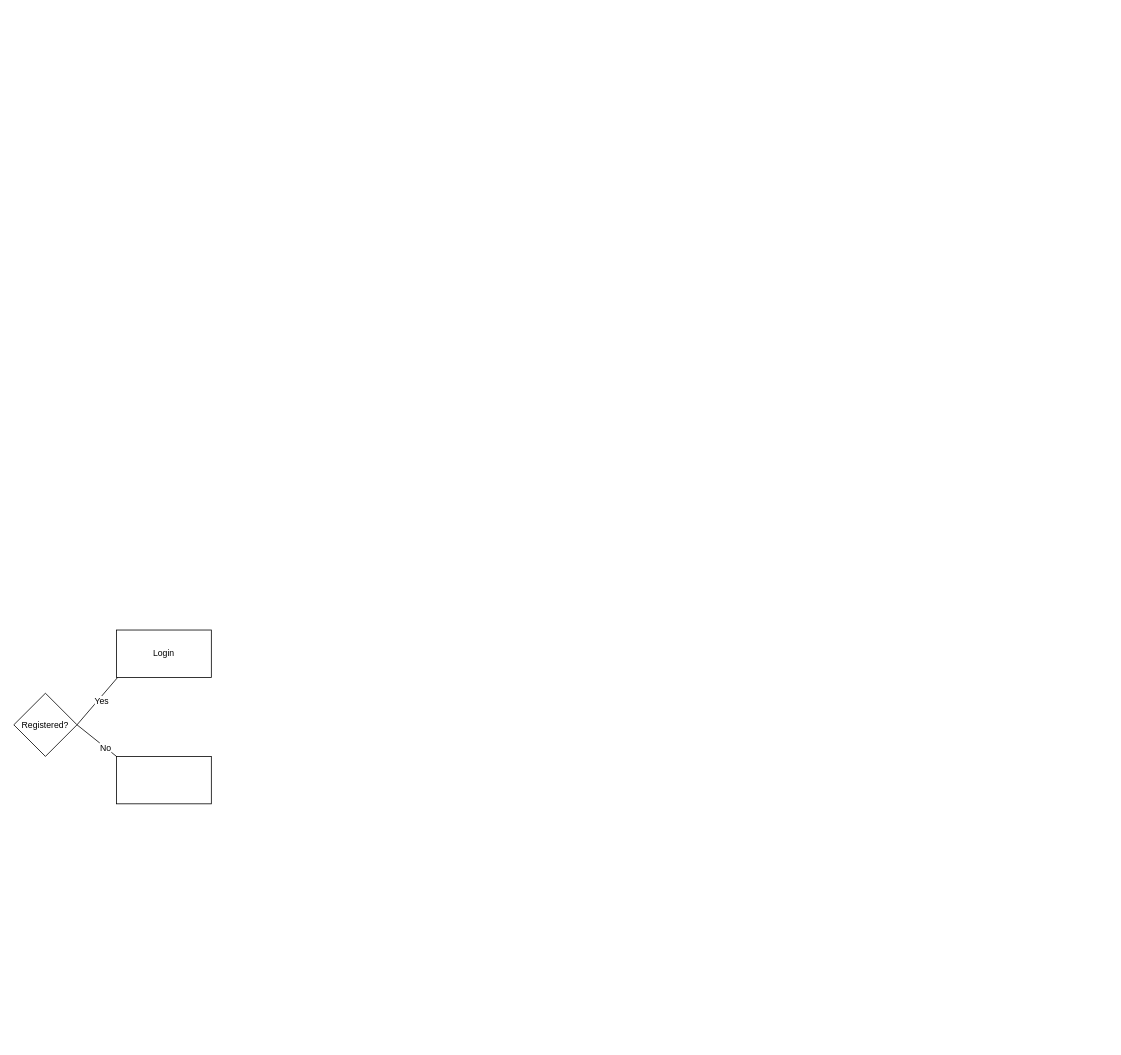
tp12356twNccu/Database_NCCU keeps this draw.io diagram as page "第 2 页" (2 of 2) of finalProjectERD.drawio. Above is the earlier version. Source tidied: cells renumbered, new cells numbered last; positions are measured from the earlier drawing's top-left corner, leaving out a move shared by most shapes. Both pictures are drawn from the tidied source at 79%, with x=0, y=0 at pixel (13, 630).
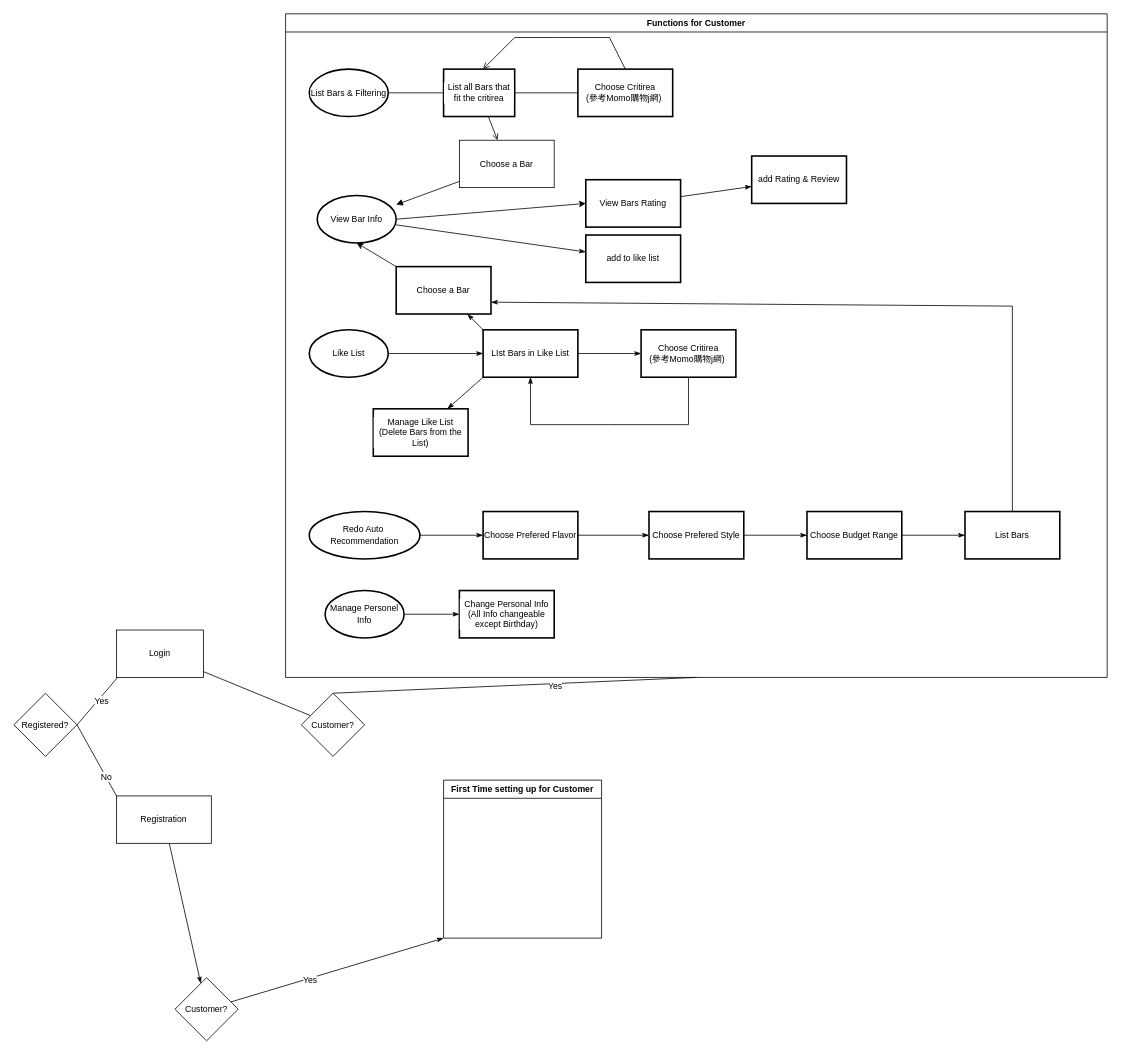
After the change.

Unchanged cells that the change refers to:
```xml
<mxCell id="4" value="Registered?" style="rhombus;whiteSpace=wrap;html=1;fontFamily=Helvetica;fontSize=11;fontColor=default;labelBackgroundColor=default;" parent="1" vertex="1">
  <mxGeometry y="80" width="80" height="80" as="geometry" />
</mxCell>
```

The edit, as a diff of the source:
```diff
@@
+    <mxCell id="9" style="edgeStyle=none;rounded=0;jettySize=auto;html=1;strokeColor=default;align=center;verticalAlign=middle;fontFamily=Helvetica;fontSize=11;fontColor=default;labelBackgroundColor=default;endArrow=none;endFill=0;" parent="1" edge="1" source="5" target="12">
+      <mxGeometry relative="1" as="geometry" />
+    </mxCell>
     <mxCell id="5" value="Login" style="rounded=0;whiteSpace=wrap;html=1;fontFamily=Helvetica;fontSize=11;fontColor=default;labelBackgroundColor=default;" parent="1" vertex="1">
-      <mxGeometry x="130" width="120" height="60" as="geometry" />
+      <mxGeometry x="130" width="110" height="60" as="geometry" />
     </mxCell>
-    <mxCell id="6" style="edgeStyle=none;rounded=0;jettySize=auto;html=1;exitX=0;exitY=0;exitDx=0;exitDy=0;entryX=1;entryY=0.5;entryDx=0;entryDy=0;strokeColor=default;align=center;verticalAlign=middle;fontFamily=Helvetica;fontSize=11;fontColor=default;labelBackgroundColor=default;endArrow=none;endFill=0;" parent="1" edge="1" source="8" target="4">
+    <mxCell id="6" style="edgeStyle=none;rounded=0;jettySize=auto;html=1;entryX=1;entryY=0.5;entryDx=0;entryDy=0;strokeColor=default;align=center;verticalAlign=middle;fontFamily=Helvetica;fontSize=11;fontColor=default;labelBackgroundColor=default;endArrow=none;endFill=0;exitX=0;exitY=0;exitDx=0;exitDy=0;" parent="1" edge="1" source="55" target="4">
       <mxGeometry relative="1" as="geometry" />
     </mxCell>
@@
-    <mxCell id="8" style="rounded=0;whiteSpace=wrap;html=1;fontFamily=Helvetica;fontSize=11;fontColor=default;labelBackgroundColor=default;" parent="1" vertex="1">
-      <mxGeometry x="130" y="160" width="120" height="60" as="geometry" />
-    </mxCell>
+    <mxCell id="10" style="edgeStyle=none;rounded=0;jettySize=auto;html=1;strokeColor=default;align=center;verticalAlign=middle;fontFamily=Helvetica;fontSize=11;fontColor=default;labelBackgroundColor=default;endArrow=none;endFill=0;entryX=0.5;entryY=1;entryDx=0;entryDy=0;exitX=0.5;exitY=0;exitDx=0;exitDy=0;" parent="1" edge="1" source="12" target="13">
+      <mxGeometry relative="1" as="geometry" />
+    </mxCell>
+    <mxCell id="11" value="Yes" style="edgeLabel;html=1;align=center;verticalAlign=middle;fontFamily=Helvetica;fontSize=11;fontColor=default;labelBackgroundColor=default;" parent="10" vertex="1">
+      <mxGeometry x="0.22" y="-2" relative="1" as="geometry">
+        <mxPoint y="1" as="offset" />
+      </mxGeometry>
+    </mxCell>
+    <mxCell id="12" value="Customer?" style="rhombus;whiteSpace=wrap;html=1;fontFamily=Helvetica;fontSize=11;fontColor=default;labelBackgroundColor=default;" parent="1" vertex="1">
+      <mxGeometry x="364" y="80" width="80" height="80" as="geometry" />
+    </mxCell>
+    <mxCell id="13" value="Functions for Customer" style="swimlane;whiteSpace=wrap;html=1;fontFamily=Helvetica;fontSize=11;fontColor=default;labelBackgroundColor=default;" parent="1" vertex="1">
+      <mxGeometry x="344" y="-780" width="1040" height="840" as="geometry" />
+    </mxCell>
+    <mxCell id="14" style="edgeStyle=none;rounded=0;jettySize=auto;html=1;strokeColor=default;align=center;verticalAlign=middle;fontFamily=Helvetica;fontSize=11;fontColor=default;labelBackgroundColor=default;endArrow=none;endFill=0;" parent="13" edge="1" source="15" target="16">
+      <mxGeometry relative="1" as="geometry" />
+    </mxCell>
+    <mxCell id="15" value="List Bars &amp;amp; Filtering" style="strokeWidth=2;html=1;shape=mxgraph.flowchart.start_1;whiteSpace=wrap;fontFamily=Helvetica;fontSize=11;fontColor=default;labelBackgroundColor=default;" parent="13" vertex="1">
+      <mxGeometry x="30" y="70" width="100" height="60" as="geometry" />
+    </mxCell>
+    <mxCell id="16" value="List all Bars that fit the critirea" style="whiteSpace=wrap;html=1;fontSize=11;strokeWidth=2;labelBackgroundColor=default;" parent="13" vertex="1">
+      <mxGeometry x="200" y="70" width="90" height="60" as="geometry" />
+    </mxCell>
+    <mxCell id="17" value="Choose Critirea&lt;div&gt;(參考Momo購物j網)&amp;nbsp;&lt;/div&gt;" style="whiteSpace=wrap;html=1;fontSize=11;strokeWidth=2;labelBackgroundColor=default;" parent="13" vertex="1">
+      <mxGeometry x="370" y="70" width="120" height="60" as="geometry" />
+    </mxCell>
+    <mxCell id="18" style="edgeStyle=none;rounded=0;jettySize=auto;html=1;strokeColor=default;align=center;verticalAlign=middle;fontFamily=Helvetica;fontSize=11;fontColor=default;labelBackgroundColor=default;endArrow=none;endFill=0;" parent="13" edge="1" source="16" target="17">
+      <mxGeometry relative="1" as="geometry" />
+    </mxCell>
+    <mxCell id="19" style="edgeStyle=none;rounded=0;jettySize=auto;html=1;exitX=0.5;exitY=0;exitDx=0;exitDy=0;entryX=0.556;entryY=-0.002;entryDx=0;entryDy=0;entryPerimeter=0;strokeColor=default;align=center;verticalAlign=middle;fontFamily=Helvetica;fontSize=11;fontColor=default;labelBackgroundColor=default;endArrow=open;endFill=0;startArrow=none;startFill=0;" parent="13" edge="1" source="17" target="16">
+      <mxGeometry relative="1" as="geometry">
+        <Array as="points">
+          <mxPoint x="410" y="30" />
+          <mxPoint x="340" y="30" />
+          <mxPoint x="290" y="30" />
+        </Array>
+      </mxGeometry>
+    </mxCell>
+    <mxCell id="20" style="edgeStyle=none;rounded=0;jettySize=auto;html=1;strokeColor=default;align=center;verticalAlign=middle;fontFamily=Helvetica;fontSize=11;fontColor=default;labelBackgroundColor=default;endArrow=classicThin;endFill=1;" parent="13" edge="1" source="21" target="25">
+      <mxGeometry relative="1" as="geometry" />
+    </mxCell>
+    <mxCell id="21" value="View Bars Rating" style="whiteSpace=wrap;html=1;fontSize=11;strokeWidth=2;labelBackgroundColor=default;" parent="13" vertex="1">
+      <mxGeometry x="380" y="210" width="120" height="60" as="geometry" />
+    </mxCell>
+    <mxCell id="22" style="edgeStyle=none;rounded=0;jettySize=auto;html=1;exitX=1;exitY=0.5;exitDx=0;exitDy=0;exitPerimeter=0;entryX=0;entryY=0.5;entryDx=0;entryDy=0;strokeColor=default;align=center;verticalAlign=middle;fontFamily=Helvetica;fontSize=11;fontColor=default;labelBackgroundColor=default;endArrow=classic;endFill=1;" parent="13" edge="1" source="24" target="21">
+      <mxGeometry relative="1" as="geometry" />
+    </mxCell>
+    <mxCell id="23" style="edgeStyle=none;rounded=0;jettySize=auto;html=1;strokeColor=default;align=center;verticalAlign=middle;fontFamily=Helvetica;fontSize=11;fontColor=default;labelBackgroundColor=default;endArrow=classicThin;endFill=1;" parent="13" edge="1" source="24" target="29">
+      <mxGeometry relative="1" as="geometry" />
+    </mxCell>
+    <mxCell id="24" value="View Bar Info" style="strokeWidth=2;html=1;shape=mxgraph.flowchart.start_1;whiteSpace=wrap;fontFamily=Helvetica;fontSize=11;fontColor=default;labelBackgroundColor=default;" parent="13" vertex="1">
+      <mxGeometry x="40" y="230" width="100" height="60" as="geometry" />
+    </mxCell>
+    <mxCell id="25" value="add Rating &amp;amp; Review" style="whiteSpace=wrap;html=1;fontSize=11;strokeWidth=2;labelBackgroundColor=default;" parent="13" vertex="1">
+      <mxGeometry x="590" y="180" width="120" height="60" as="geometry" />
+    </mxCell>
+    <mxCell id="26" style="edgeStyle=none;rounded=0;jettySize=auto;html=1;strokeColor=default;align=center;verticalAlign=middle;fontFamily=Helvetica;fontSize=11;fontColor=default;labelBackgroundColor=default;endArrow=block;endFill=1;startArrow=none;startFill=0;" parent="13" edge="1" source="27" target="24">
+      <mxGeometry relative="1" as="geometry" />
+    </mxCell>
+    <mxCell id="27" value="Choose a Bar" style="rounded=0;whiteSpace=wrap;html=1;fontFamily=Helvetica;fontSize=11;fontColor=default;labelBackgroundColor=default;" parent="13" vertex="1">
+      <mxGeometry x="220" y="160" width="120" height="60" as="geometry" />
+    </mxCell>
+    <mxCell id="28" style="edgeStyle=none;rounded=0;jettySize=auto;html=1;strokeColor=default;align=center;verticalAlign=middle;fontFamily=Helvetica;fontSize=11;fontColor=default;labelBackgroundColor=default;endArrow=open;endFill=0;" parent="13" edge="1" source="16" target="27">
+      <mxGeometry relative="1" as="geometry" />
+    </mxCell>
+    <mxCell id="29" value="add to like list" style="whiteSpace=wrap;html=1;fontSize=11;strokeWidth=2;labelBackgroundColor=default;" parent="13" vertex="1">
+      <mxGeometry x="380" y="280" width="120" height="60" as="geometry" />
+    </mxCell>
+    <mxCell id="30" style="edgeStyle=none;rounded=0;jettySize=auto;html=1;strokeColor=default;align=center;verticalAlign=middle;fontFamily=Helvetica;fontSize=11;fontColor=default;labelBackgroundColor=default;endArrow=classicThin;endFill=1;exitX=0;exitY=0;exitDx=0;exitDy=0;" parent="13" edge="1" source="38" target="34">
+      <mxGeometry relative="1" as="geometry" />
+    </mxCell>
+    <mxCell id="31" style="edgeStyle=none;rounded=0;jettySize=auto;html=1;strokeColor=default;align=center;verticalAlign=middle;fontFamily=Helvetica;fontSize=11;fontColor=default;labelBackgroundColor=default;endArrow=classicThin;endFill=1;exitX=0;exitY=1;exitDx=0;exitDy=0;" parent="13" edge="1" source="38" target="36">
+      <mxGeometry relative="1" as="geometry" />
+    </mxCell>
+    <mxCell id="32" style="edgeStyle=none;rounded=0;jettySize=auto;html=1;strokeColor=default;align=center;verticalAlign=middle;fontFamily=Helvetica;fontSize=11;fontColor=default;labelBackgroundColor=default;endArrow=classicThin;endFill=1;" parent="13" edge="1" source="33" target="38">
+      <mxGeometry relative="1" as="geometry" />
+    </mxCell>
+    <mxCell id="33" value="Like List" style="strokeWidth=2;html=1;shape=mxgraph.flowchart.start_1;whiteSpace=wrap;fontFamily=Helvetica;fontSize=11;fontColor=default;labelBackgroundColor=default;" parent="13" vertex="1">
+      <mxGeometry x="30" y="400" width="100" height="60" as="geometry" />
+    </mxCell>
+    <mxCell id="34" value="Choose a Bar" style="whiteSpace=wrap;html=1;fontSize=11;strokeWidth=2;labelBackgroundColor=default;" parent="13" vertex="1">
+      <mxGeometry x="140" y="320" width="120" height="60" as="geometry" />
+    </mxCell>
+    <mxCell id="35" style="edgeStyle=none;rounded=0;jettySize=auto;html=1;exitX=0;exitY=0;exitDx=0;exitDy=0;entryX=0.5;entryY=1;entryDx=0;entryDy=0;entryPerimeter=0;strokeColor=default;align=center;verticalAlign=middle;fontFamily=Helvetica;fontSize=11;fontColor=default;labelBackgroundColor=default;endArrow=classic;endFill=1;" parent="13" edge="1" source="34" target="24">
+      <mxGeometry relative="1" as="geometry" />
+    </mxCell>
+    <mxCell id="36" value="Manage Like List&lt;div&gt;(Delete Bars from the List)&lt;/div&gt;" style="whiteSpace=wrap;html=1;fontSize=11;strokeWidth=2;labelBackgroundColor=default;" parent="13" vertex="1">
+      <mxGeometry x="111" y="500" width="120" height="60" as="geometry" />
+    </mxCell>
+    <mxCell id="37" style="edgeStyle=none;rounded=0;jettySize=auto;html=1;strokeColor=default;align=center;verticalAlign=middle;fontFamily=Helvetica;fontSize=11;fontColor=default;labelBackgroundColor=default;endArrow=classicThin;endFill=1;" parent="13" edge="1" source="38" target="40">
+      <mxGeometry relative="1" as="geometry" />
+    </mxCell>
+    <mxCell id="38" value="LIst Bars in Like List" style="whiteSpace=wrap;html=1;fontSize=11;strokeWidth=2;labelBackgroundColor=default;" parent="13" vertex="1">
+      <mxGeometry x="250" y="400" width="120" height="60" as="geometry" />
+    </mxCell>
+    <mxCell id="39" style="edgeStyle=none;rounded=0;jettySize=auto;html=1;exitX=0.5;exitY=1;exitDx=0;exitDy=0;strokeColor=default;align=center;verticalAlign=middle;fontFamily=Helvetica;fontSize=11;fontColor=default;labelBackgroundColor=default;endArrow=classicThin;endFill=1;entryX=0.5;entryY=1;entryDx=0;entryDy=0;" parent="13" edge="1" source="40" target="38">
+      <mxGeometry relative="1" as="geometry">
+        <Array as="points">
+          <mxPoint x="510" y="520" />
+          <mxPoint x="460" y="520" />
+          <mxPoint x="410" y="520" />
+          <mxPoint x="310" y="520" />
+        </Array>
+      </mxGeometry>
+    </mxCell>
+    <mxCell id="40" value="Choose Critirea&lt;div&gt;(參考Momo購物j網)&amp;nbsp;&lt;/div&gt;" style="whiteSpace=wrap;html=1;fontSize=11;strokeWidth=2;labelBackgroundColor=default;" parent="13" vertex="1">
+      <mxGeometry x="450" y="400" width="120" height="60" as="geometry" />
+    </mxCell>
+    <mxCell id="41" style="edgeStyle=none;rounded=0;jettySize=auto;html=1;strokeColor=default;align=center;verticalAlign=middle;fontFamily=Helvetica;fontSize=11;fontColor=default;labelBackgroundColor=default;endArrow=classicThin;endFill=1;" parent="13" edge="1" source="42" target="44">
+      <mxGeometry relative="1" as="geometry" />
+    </mxCell>
+    <mxCell id="42" value="Redo Auto&amp;nbsp;&lt;div&gt;Recommendation&lt;/div&gt;" style="strokeWidth=2;html=1;shape=mxgraph.flowchart.start_1;whiteSpace=wrap;fontFamily=Helvetica;fontSize=11;fontColor=default;labelBackgroundColor=default;" parent="13" vertex="1">
+      <mxGeometry x="30" y="630" width="140" height="60" as="geometry" />
+    </mxCell>
+    <mxCell id="43" style="edgeStyle=none;rounded=0;jettySize=auto;html=1;strokeColor=default;align=center;verticalAlign=middle;fontFamily=Helvetica;fontSize=11;fontColor=default;labelBackgroundColor=default;endArrow=classicThin;endFill=1;" parent="13" edge="1" source="44" target="46">
+      <mxGeometry relative="1" as="geometry" />
+    </mxCell>
+    <mxCell id="44" value="Choose Prefered Flavor" style="whiteSpace=wrap;html=1;fontSize=11;strokeWidth=2;labelBackgroundColor=default;" parent="13" vertex="1">
+      <mxGeometry x="250" y="630" width="120" height="60" as="geometry" />
+    </mxCell>
+    <mxCell id="45" style="edgeStyle=none;rounded=0;jettySize=auto;html=1;strokeColor=default;align=center;verticalAlign=middle;fontFamily=Helvetica;fontSize=11;fontColor=default;labelBackgroundColor=default;endArrow=classicThin;endFill=1;" parent="13" edge="1" source="46" target="48">
+      <mxGeometry relative="1" as="geometry" />
+    </mxCell>
+    <mxCell id="46" value="Choose Prefered Style" style="whiteSpace=wrap;html=1;fontSize=11;strokeWidth=2;labelBackgroundColor=default;" parent="13" vertex="1">
+      <mxGeometry x="460" y="630" width="120" height="60" as="geometry" />
+    </mxCell>
+    <mxCell id="47" style="edgeStyle=none;rounded=0;jettySize=auto;html=1;strokeColor=default;align=center;verticalAlign=middle;fontFamily=Helvetica;fontSize=11;fontColor=default;labelBackgroundColor=default;endArrow=classicThin;endFill=1;" parent="13" edge="1" source="48" target="50">
+      <mxGeometry relative="1" as="geometry" />
+    </mxCell>
+    <mxCell id="48" value="Choose Budget Range" style="whiteSpace=wrap;html=1;fontSize=11;strokeWidth=2;labelBackgroundColor=default;" parent="13" vertex="1">
+      <mxGeometry x="660" y="630" width="120" height="60" as="geometry" />
+    </mxCell>
+    <mxCell id="49" style="edgeStyle=none;rounded=0;jettySize=auto;html=1;exitX=0.5;exitY=0;exitDx=0;exitDy=0;strokeColor=default;align=center;verticalAlign=middle;fontFamily=Helvetica;fontSize=11;fontColor=default;labelBackgroundColor=default;endArrow=classicThin;endFill=1;entryX=1;entryY=0.75;entryDx=0;entryDy=0;" parent="13" edge="1" source="50" target="34">
+      <mxGeometry relative="1" as="geometry">
+        <Array as="points">
+          <mxPoint x="920" y="370" />
+        </Array>
+      </mxGeometry>
+    </mxCell>
+    <mxCell id="50" value="List Bars" style="whiteSpace=wrap;html=1;fontSize=11;strokeWidth=2;labelBackgroundColor=default;" parent="13" vertex="1">
+      <mxGeometry x="860" y="630" width="120" height="60" as="geometry" />
+    </mxCell>
+    <mxCell id="51" style="edgeStyle=none;rounded=0;jettySize=auto;html=1;strokeColor=default;align=center;verticalAlign=middle;fontFamily=Helvetica;fontSize=11;fontColor=default;labelBackgroundColor=default;endArrow=classicThin;endFill=1;" parent="13" edge="1" source="52" target="53">
+      <mxGeometry relative="1" as="geometry" />
+    </mxCell>
+    <mxCell id="52" value="Manage Personel&lt;div&gt;Info&lt;/div&gt;" style="strokeWidth=2;html=1;shape=mxgraph.flowchart.start_1;whiteSpace=wrap;fontFamily=Helvetica;fontSize=11;fontColor=default;labelBackgroundColor=default;" parent="13" vertex="1">
+      <mxGeometry x="50" y="730" width="100" height="60" as="geometry" />
+    </mxCell>
+    <mxCell id="53" value="Change Personal Info&lt;div&gt;(All Info changeable except Birthday)&lt;/div&gt;" style="whiteSpace=wrap;html=1;fontSize=11;strokeWidth=2;labelBackgroundColor=default;" parent="13" vertex="1">
+      <mxGeometry x="220" y="730" width="120" height="60" as="geometry" />
+    </mxCell>
+    <mxCell id="54" style="edgeStyle=none;rounded=0;jettySize=auto;html=1;strokeColor=default;align=center;verticalAlign=middle;fontFamily=Helvetica;fontSize=11;fontColor=default;labelBackgroundColor=default;endArrow=classicThin;endFill=1;" parent="1" edge="1" source="55" target="58">
+      <mxGeometry relative="1" as="geometry" />
+    </mxCell>
+    <mxCell id="55" value="Registration" style="rounded=0;whiteSpace=wrap;html=1;fontFamily=Helvetica;fontSize=11;fontColor=default;labelBackgroundColor=default;" parent="1" vertex="1">
+      <mxGeometry x="130" y="210" width="120" height="60" as="geometry" />
+    </mxCell>
+    <mxCell id="56" style="edgeStyle=none;rounded=0;jettySize=auto;html=1;strokeColor=default;align=center;verticalAlign=middle;fontFamily=Helvetica;fontSize=11;fontColor=default;labelBackgroundColor=default;endArrow=classicThin;endFill=1;entryX=0;entryY=1;entryDx=0;entryDy=0;" parent="1" edge="1" source="58" target="59">
+      <mxGeometry relative="1" as="geometry" />
+    </mxCell>
+    <mxCell id="57" value="Yes" style="edgeLabel;html=1;align=center;verticalAlign=middle;fontFamily=Helvetica;fontSize=11;fontColor=default;labelBackgroundColor=default;" parent="56" vertex="1">
+      <mxGeometry x="-0.26" y="-2" relative="1" as="geometry" />
+    </mxCell>
+    <mxCell id="58" value="Customer?" style="rhombus;whiteSpace=wrap;html=1;fontSize=11;rounded=0;labelBackgroundColor=default;" parent="1" vertex="1">
+      <mxGeometry x="204" y="440" width="80" height="80" as="geometry" />
+    </mxCell>
+    <mxCell id="59" value="First Time setting up for Customer" style="swimlane;whiteSpace=wrap;html=1;fontFamily=Helvetica;fontSize=11;fontColor=default;labelBackgroundColor=default;" parent="1" vertex="1">
+      <mxGeometry x="544" y="190" width="200" height="200" as="geometry" />
+    </mxCell>
```
